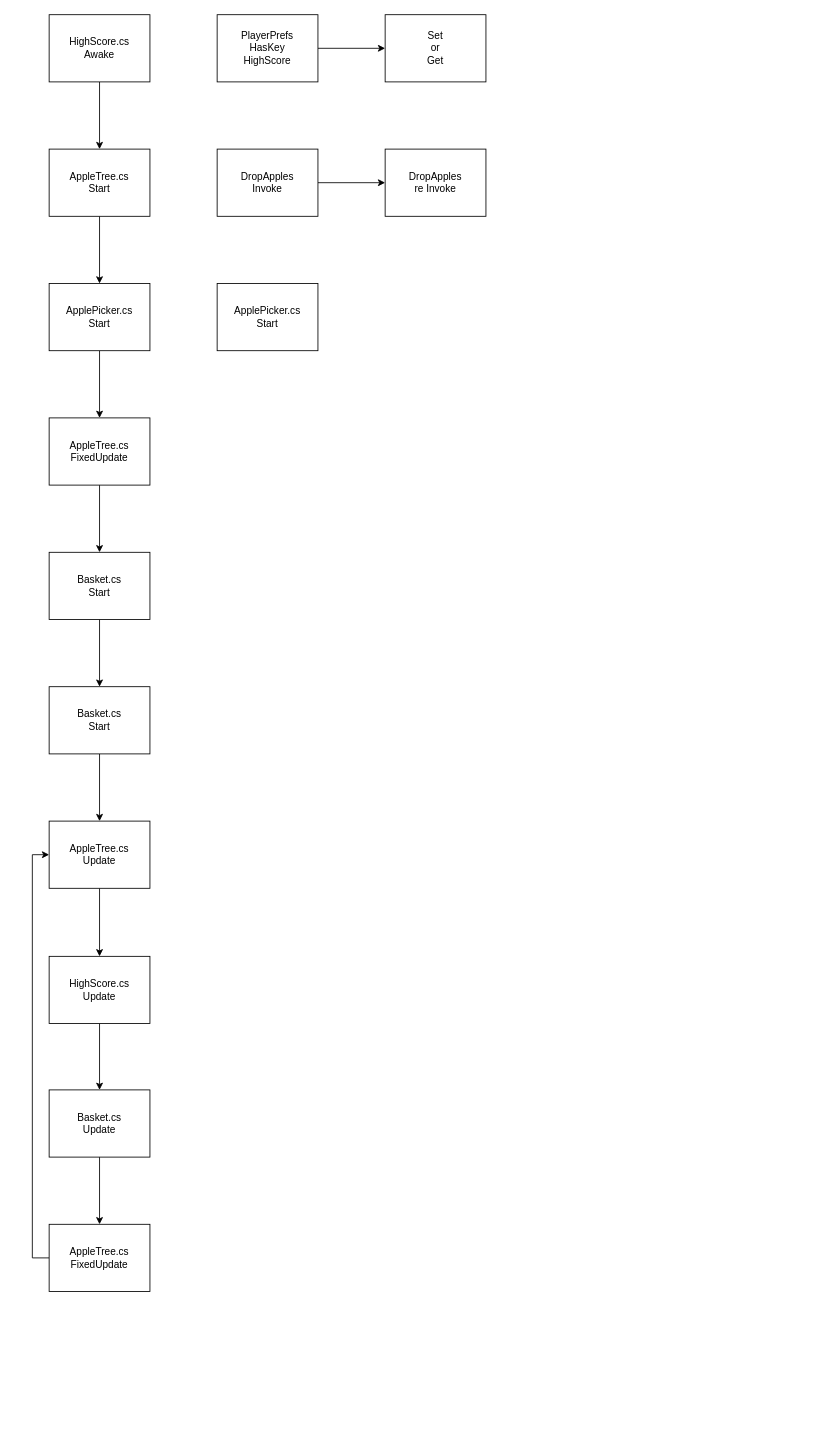
Earlier version of the draw.io diagram Resources/AppleTree.drawio (AhrenPeng/Game-Design-Notes). Source tidied: cells renumbered, new cells numbered last; positions are measured from the earlier drawing's top-left corner, leaving out a move shared by most shapes. Both pictures are drawn from the tidied source at 84%, with x=0, y=0 at pixel (32, 14).
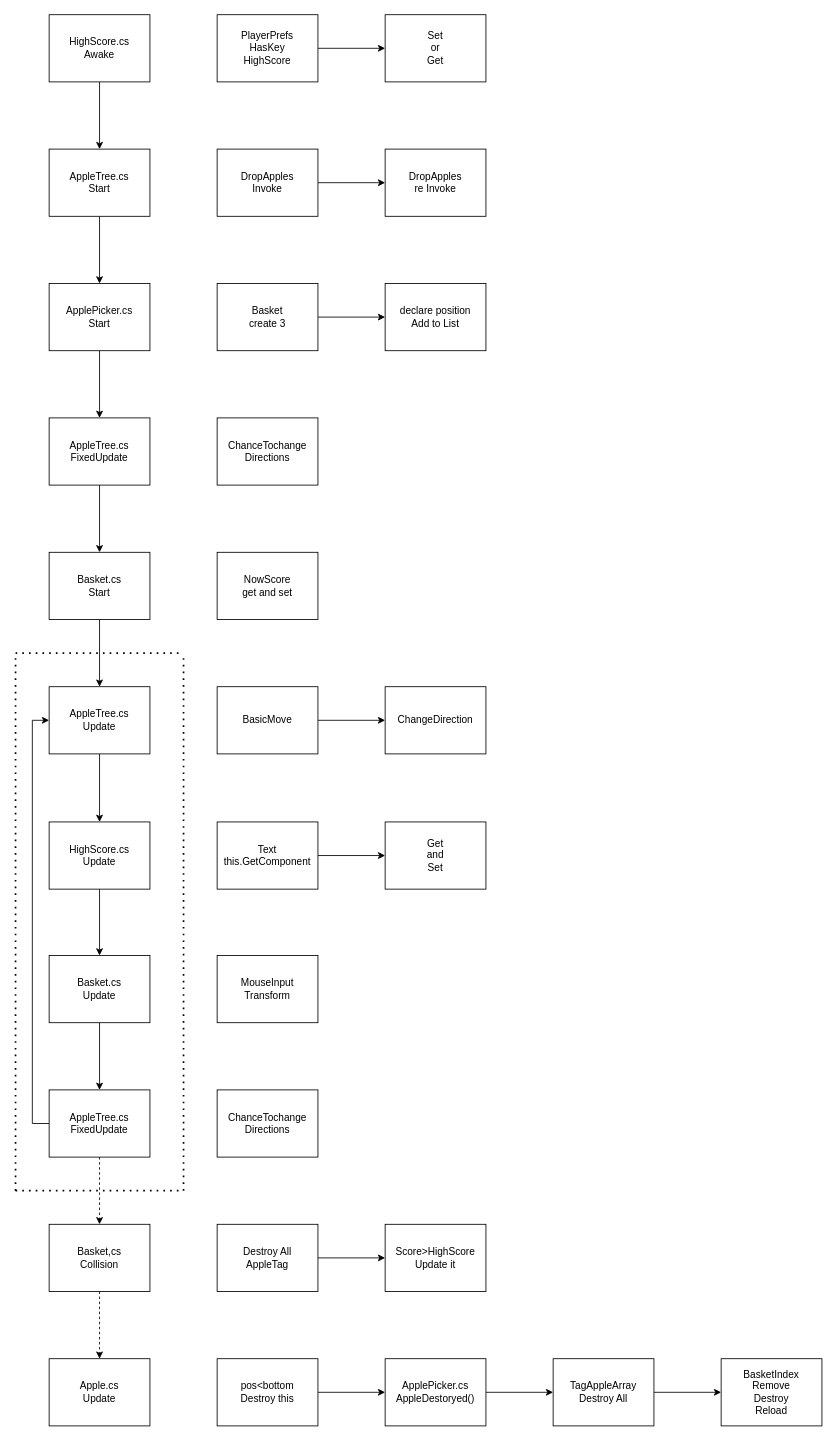
The same page after the edit.

Unchanged cells that the change refers to:
```xml
<mxCell id="11" value="Basket.cs&lt;br&gt;Start" style="rounded=0;whiteSpace=wrap;html=1;" parent="1" vertex="1">
  <mxGeometry x="20" y="640" width="120" height="80" as="geometry" />
</mxCell>
```

The edit, as a diff of the source:
```diff
@@
-    <mxCell id="10" style="edgeStyle=orthogonalEdgeStyle;rounded=0;jettySize=auto;html=1;" parent="1" edge="1" source="11" target="13">
+    <mxCell id="10" style="edgeStyle=orthogonalEdgeStyle;rounded=0;jettySize=auto;html=1;entryX=0.5;entryY=0;entryDx=0;entryDy=0;" parent="1" edge="1" source="11" target="15">
       <mxGeometry relative="1" as="geometry" />
     </mxCell>
@@
-    <mxCell id="12" style="edgeStyle=orthogonalEdgeStyle;rounded=0;jettySize=auto;html=1;" parent="1" edge="1" source="13" target="15">
-      <mxGeometry relative="1" as="geometry" />
-    </mxCell>
-    <mxCell id="13" value="Basket.cs&lt;br&gt;Start" style="rounded=0;whiteSpace=wrap;html=1;" parent="1" vertex="1">
-      <mxGeometry x="20" y="800" width="120" height="80" as="geometry" />
-    </mxCell>
@@
     <mxCell id="15" value="AppleTree.cs&lt;br&gt;Update" style="rounded=0;whiteSpace=wrap;html=1;" parent="1" vertex="1">
-      <mxGeometry x="20" y="960" width="120" height="80" as="geometry" />
+      <mxGeometry x="20" y="800" width="120" height="80" as="geometry" />
     </mxCell>
@@
     <mxCell id="17" value="HighScore.cs&lt;br&gt;Update" style="rounded=0;whiteSpace=wrap;html=1;" parent="1" vertex="1">
-      <mxGeometry x="20" y="1121" width="120" height="80" as="geometry" />
+      <mxGeometry x="20" y="961" width="120" height="80" as="geometry" />
     </mxCell>
@@
     <mxCell id="19" value="Basket.cs&lt;br&gt;Update" style="rounded=0;whiteSpace=wrap;html=1;" parent="1" vertex="1">
-      <mxGeometry x="20" y="1280" width="120" height="80" as="geometry" />
+      <mxGeometry x="20" y="1120" width="120" height="80" as="geometry" />
     </mxCell>
     <mxCell id="20" style="edgeStyle=orthogonalEdgeStyle;rounded=0;jettySize=auto;html=1;entryX=0;entryY=0.5;entryDx=0;entryDy=0;exitX=0;exitY=0.5;exitDx=0;exitDy=0;" parent="1" edge="1" source="21" target="15">
       <mxGeometry relative="1" as="geometry">
         <Array as="points">
-          <mxPoint y="1480" />
-          <mxPoint y="1000" />
+          <mxPoint y="1320" />
+          <mxPoint y="840" />
         </Array>
       </mxGeometry>
     </mxCell>
+    <mxCell id="29" style="edgeStyle=orthogonalEdgeStyle;rounded=0;jettySize=auto;html=1;dashed=1;" parent="1" edge="1" source="21" target="42">
+      <mxGeometry relative="1" as="geometry" />
+    </mxCell>
     <mxCell id="21" value="AppleTree.cs&lt;br&gt;FixedUpdate" style="rounded=0;whiteSpace=wrap;html=1;" parent="1" vertex="1">
-      <mxGeometry x="20" y="1440" width="120" height="80" as="geometry" />
+      <mxGeometry x="20" y="1280" width="120" height="80" as="geometry" />
     </mxCell>
@@
+    <mxCell id="30" style="edgeStyle=orthogonalEdgeStyle;rounded=0;jettySize=auto;html=1;" parent="1" edge="1" source="28" target="31">
+      <mxGeometry relative="1" as="geometry" />
+    </mxCell>
-    <mxCell id="28" value="ApplePicker.cs&lt;br&gt;Start" style="rounded=0;whiteSpace=wrap;html=1;" parent="1" vertex="1">
+    <mxCell id="28" value="Basket&lt;br&gt;create 3" style="rounded=0;whiteSpace=wrap;html=1;" parent="1" vertex="1">
       <mxGeometry x="220" y="320" width="120" height="80" as="geometry" />
     </mxCell>
+    <mxCell id="31" value="declare position&lt;br&gt;Add to List" style="rounded=0;whiteSpace=wrap;html=1;" parent="1" vertex="1">
+      <mxGeometry x="420" y="320" width="120" height="80" as="geometry" />
+    </mxCell>
+    <mxCell id="32" value="ChanceTochange&lt;br&gt;Directions" style="rounded=0;whiteSpace=wrap;html=1;" parent="1" vertex="1">
+      <mxGeometry x="220" y="480" width="120" height="80" as="geometry" />
+    </mxCell>
+    <mxCell id="33" value="NowScore&lt;br&gt;get and set" style="rounded=0;whiteSpace=wrap;html=1;" parent="1" vertex="1">
+      <mxGeometry x="220" y="640" width="120" height="80" as="geometry" />
+    </mxCell>
+    <mxCell id="34" style="edgeStyle=orthogonalEdgeStyle;rounded=0;jettySize=auto;html=1;" parent="1" edge="1" source="35" target="36">
+      <mxGeometry relative="1" as="geometry" />
+    </mxCell>
+    <mxCell id="35" value="BasicMove" style="rounded=0;whiteSpace=wrap;html=1;" parent="1" vertex="1">
+      <mxGeometry x="220" y="800" width="120" height="80" as="geometry" />
+    </mxCell>
+    <mxCell id="36" value="ChangeDirection" style="rounded=0;whiteSpace=wrap;html=1;" parent="1" vertex="1">
+      <mxGeometry x="420" y="800" width="120" height="80" as="geometry" />
+    </mxCell>
+    <mxCell id="37" style="edgeStyle=orthogonalEdgeStyle;rounded=0;jettySize=auto;html=1;" parent="1" edge="1" source="38" target="39">
+      <mxGeometry relative="1" as="geometry" />
+    </mxCell>
+    <mxCell id="38" value="Text&lt;br&gt;this.GetComponent" style="rounded=0;whiteSpace=wrap;html=1;" parent="1" vertex="1">
+      <mxGeometry x="220" y="961" width="120" height="80" as="geometry" />
+    </mxCell>
+    <mxCell id="39" value="Get&lt;br&gt;and&lt;br&gt;Set" style="rounded=0;whiteSpace=wrap;html=1;" parent="1" vertex="1">
+      <mxGeometry x="420" y="961" width="120" height="80" as="geometry" />
+    </mxCell>
+    <mxCell id="40" value="MouseInput&lt;br&gt;Transform" style="rounded=0;whiteSpace=wrap;html=1;" parent="1" vertex="1">
+      <mxGeometry x="220" y="1120" width="120" height="80" as="geometry" />
+    </mxCell>
+    <mxCell id="41" style="edgeStyle=orthogonalEdgeStyle;rounded=0;jettySize=auto;html=1;dashed=1;" parent="1" edge="1" source="42" target="51">
+      <mxGeometry relative="1" as="geometry" />
+    </mxCell>
+    <mxCell id="42" value="Basket,cs&lt;br&gt;Collision" style="rounded=0;whiteSpace=wrap;html=1;" parent="1" vertex="1">
+      <mxGeometry x="20" y="1440" width="120" height="80" as="geometry" />
+    </mxCell>
+    <mxCell id="43" value="ChanceTochange&lt;br&gt;Directions" style="rounded=0;whiteSpace=wrap;html=1;" parent="1" vertex="1">
+      <mxGeometry x="220" y="1280" width="120" height="80" as="geometry" />
+    </mxCell>
+    <mxCell id="44" style="endArrow=none;dashed=1;html=1;dashPattern=1 3;strokeWidth=2;rounded=0;" parent="1" edge="1">
+      <mxGeometry relative="1" as="geometry">
+        <mxPoint x="-20" y="1400" as="sourcePoint" />
+        <mxPoint x="-20" y="760" as="targetPoint" />
+      </mxGeometry>
+    </mxCell>
+    <mxCell id="45" style="endArrow=none;dashed=1;html=1;dashPattern=1 3;strokeWidth=2;rounded=0;" parent="1" edge="1">
+      <mxGeometry relative="1" as="geometry">
+        <mxPoint x="-20" y="1400" as="sourcePoint" />
+        <mxPoint x="180" y="1400" as="targetPoint" />
+      </mxGeometry>
+    </mxCell>
+    <mxCell id="46" style="endArrow=none;dashed=1;html=1;dashPattern=1 3;strokeWidth=2;rounded=0;" parent="1" edge="1">
+      <mxGeometry relative="1" as="geometry">
+        <mxPoint x="-20" y="760" as="sourcePoint" />
+        <mxPoint x="180" y="760" as="targetPoint" />
+      </mxGeometry>
+    </mxCell>
+    <mxCell id="47" style="endArrow=none;dashed=1;html=1;dashPattern=1 3;strokeWidth=2;rounded=0;" parent="1" edge="1">
+      <mxGeometry relative="1" as="geometry">
+        <mxPoint x="180" y="1400" as="sourcePoint" />
+        <mxPoint x="180" y="760" as="targetPoint" />
+      </mxGeometry>
+    </mxCell>
+    <mxCell id="48" style="edgeStyle=orthogonalEdgeStyle;rounded=0;jettySize=auto;html=1;" parent="1" edge="1" source="49" target="50">
+      <mxGeometry relative="1" as="geometry" />
+    </mxCell>
+    <mxCell id="49" value="Destroy All&lt;br&gt;AppleTag" style="rounded=0;whiteSpace=wrap;html=1;" parent="1" vertex="1">
+      <mxGeometry x="220" y="1440" width="120" height="80" as="geometry" />
+    </mxCell>
+    <mxCell id="50" value="Score&amp;gt;HighScore&lt;br&gt;Update it" style="rounded=0;whiteSpace=wrap;html=1;" parent="1" vertex="1">
+      <mxGeometry x="420" y="1440" width="120" height="80" as="geometry" />
+    </mxCell>
+    <mxCell id="51" value="Apple.cs&lt;br&gt;Update" style="rounded=0;whiteSpace=wrap;html=1;" parent="1" vertex="1">
+      <mxGeometry x="20" y="1600" width="120" height="80" as="geometry" />
+    </mxCell>
+    <mxCell id="52" style="edgeStyle=orthogonalEdgeStyle;rounded=0;jettySize=auto;html=1;" parent="1" edge="1" source="53" target="55">
+      <mxGeometry relative="1" as="geometry" />
+    </mxCell>
+    <mxCell id="53" value="pos&amp;lt;bottom&lt;br&gt;Destroy this" style="rounded=0;whiteSpace=wrap;html=1;" parent="1" vertex="1">
+      <mxGeometry x="220" y="1600" width="120" height="80" as="geometry" />
+    </mxCell>
+    <mxCell id="54" style="edgeStyle=orthogonalEdgeStyle;rounded=0;jettySize=auto;html=1;" parent="1" edge="1" source="55" target="57">
+      <mxGeometry relative="1" as="geometry" />
+    </mxCell>
+    <mxCell id="55" value="ApplePicker.cs&lt;br&gt;AppleDestoryed()" style="rounded=0;whiteSpace=wrap;html=1;" parent="1" vertex="1">
+      <mxGeometry x="420" y="1600" width="120" height="80" as="geometry" />
+    </mxCell>
+    <mxCell id="56" style="edgeStyle=orthogonalEdgeStyle;rounded=0;jettySize=auto;html=1;" parent="1" edge="1" source="57" target="58">
+      <mxGeometry relative="1" as="geometry" />
+    </mxCell>
+    <mxCell id="57" value="TagAppleArray&lt;br&gt;Destroy All" style="rounded=0;whiteSpace=wrap;html=1;" parent="1" vertex="1">
+      <mxGeometry x="620" y="1600" width="120" height="80" as="geometry" />
+    </mxCell>
+    <mxCell id="58" value="BasketIndex&lt;br&gt;Remove&lt;br&gt;Destroy&lt;br&gt;Reload" style="rounded=0;whiteSpace=wrap;html=1;" parent="1" vertex="1">
+      <mxGeometry x="820" y="1600" width="120" height="80" as="geometry" />
+    </mxCell>
```
